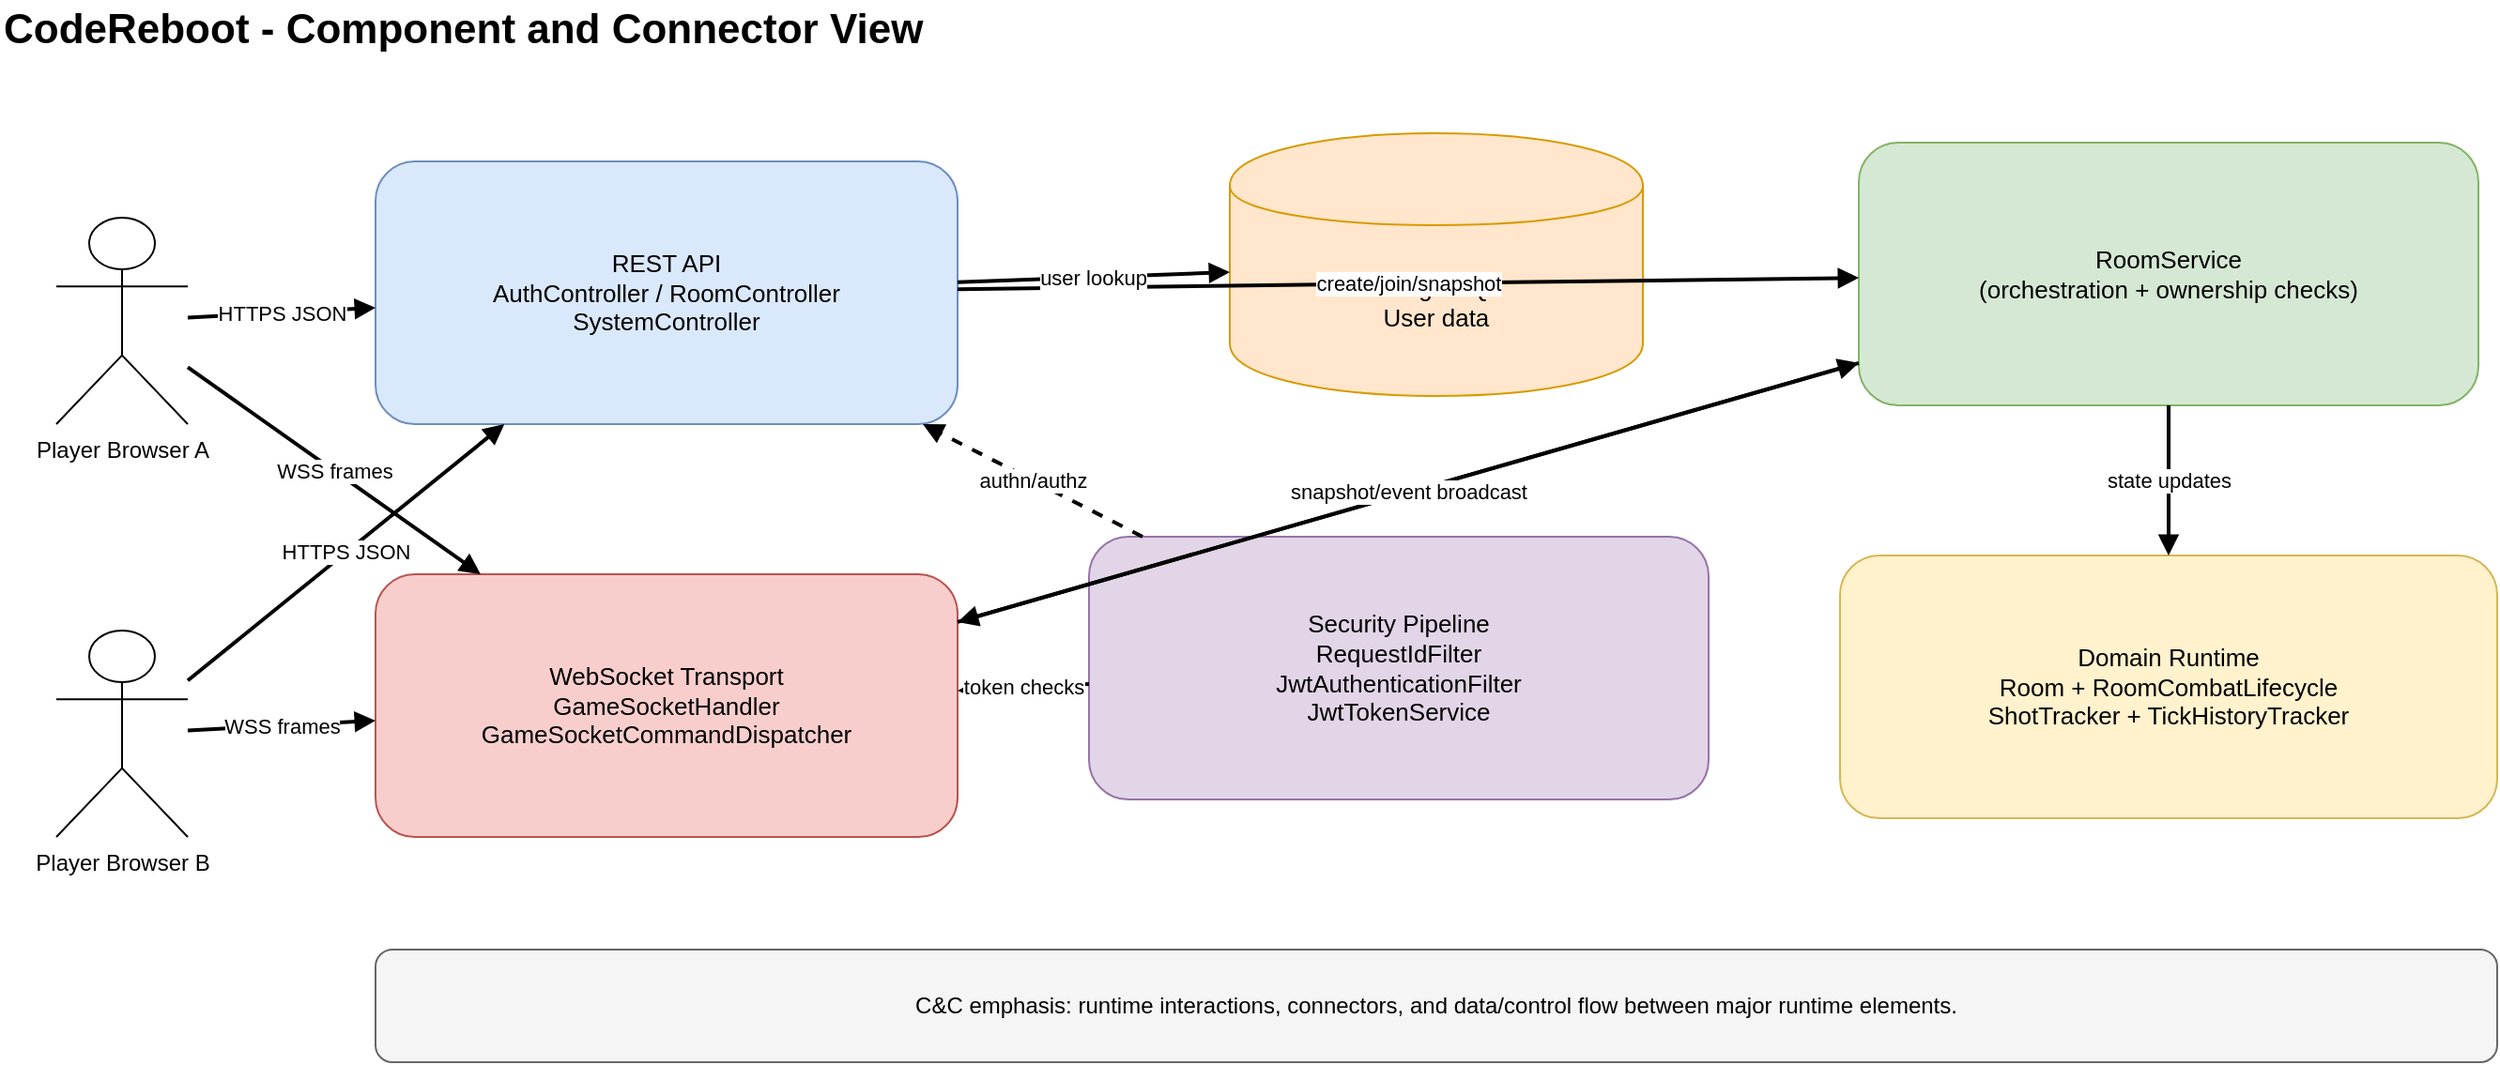
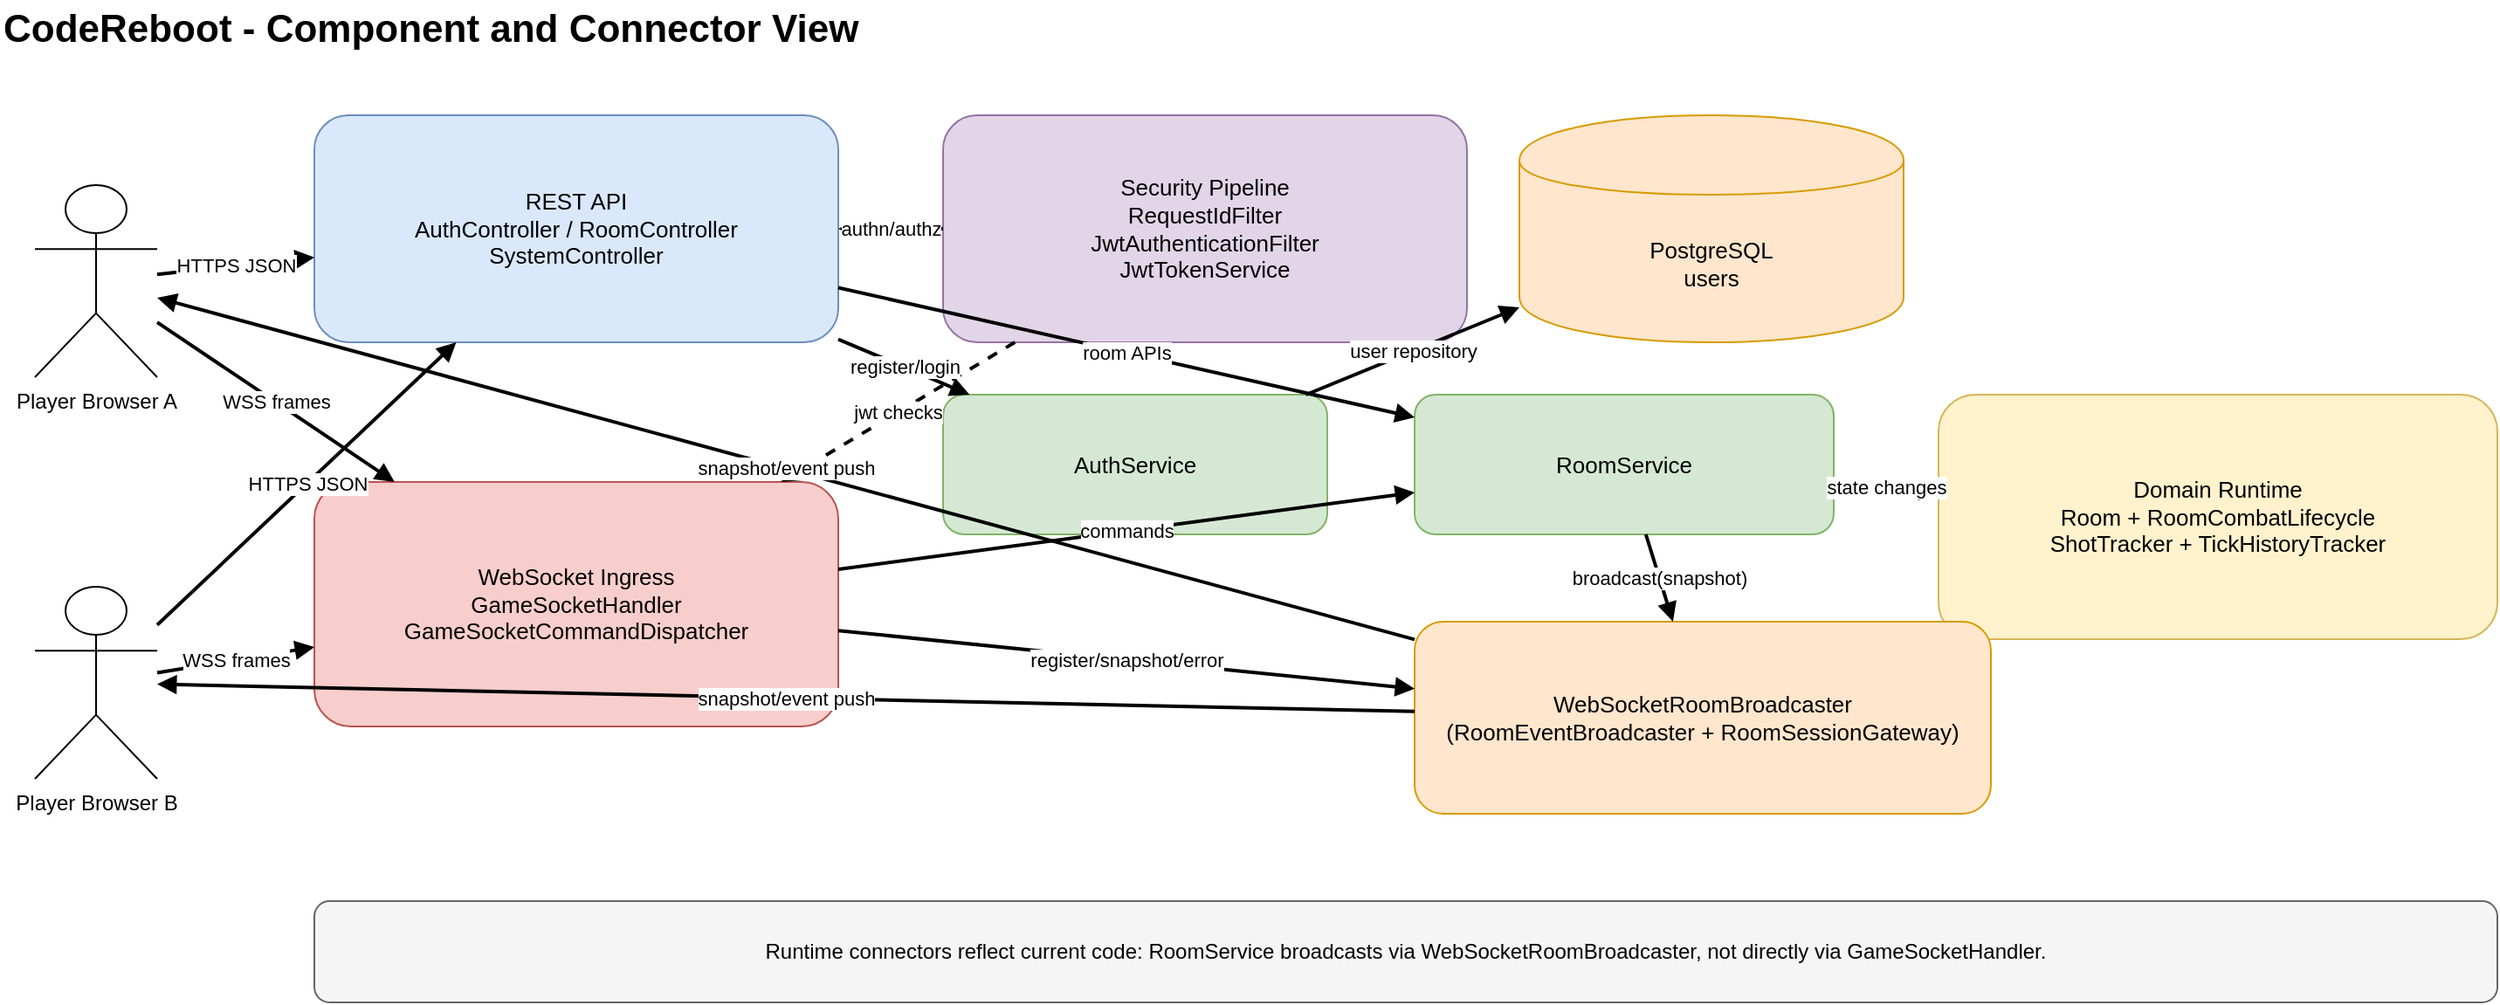
<mxfile host="65bd71144e">
    <diagram id="cc-view-1" name="C and C View">
        <mxGraphModel dx="1016" dy="451" grid="1" gridSize="10" guides="1" tooltips="1" connect="1" arrows="1" fold="1" page="1" pageScale="1" pageWidth="1600" pageHeight="1000" math="0" shadow="0">
            <root>
                <mxCell id="0"/>
                <mxCell id="1" parent="0"/>
                <mxCell id="title" value="CodeReboot - Component and Connector View" style="text;html=1;strokeColor=none;fillColor=none;align=left;verticalAlign=middle;whiteSpace=wrap;rounded=0;fontSize=22;fontStyle=1;" parent="1" vertex="1">
-                     <mxGeometry x="50" y="24" width="760" height="32" as="geometry"/>
+                     <mxGeometry x="50" y="24" width="860" height="34" as="geometry"/>
                </mxCell>
                <mxCell id="browserA" value="Player Browser A" style="shape=umlActor;verticalLabelPosition=bottom;verticalAlign=top;html=1;" parent="1" vertex="1">
-                     <mxGeometry x="80" y="140" width="70" height="110" as="geometry"/>
+                     <mxGeometry x="70" y="130" width="70" height="110" as="geometry"/>
                </mxCell>
                <mxCell id="browserB" value="Player Browser B" style="shape=umlActor;verticalLabelPosition=bottom;verticalAlign=top;html=1;" parent="1" vertex="1">
-                     <mxGeometry x="80" y="360" width="70" height="110" as="geometry"/>
+                     <mxGeometry x="70" y="360" width="70" height="110" as="geometry"/>
                </mxCell>
                <mxCell id="restApi" value="REST API&#xa;AuthController / RoomController&#xa;SystemController" style="rounded=1;whiteSpace=wrap;html=1;fillColor=#dae8fc;strokeColor=#6c8ebf;fontSize=13;" parent="1" vertex="1">
-                     <mxGeometry x="250" y="110" width="310" height="140" as="geometry"/>
+                     <mxGeometry x="230" y="90" width="300" height="130" as="geometry"/>
                </mxCell>
-                 <mxCell id="wsHandler" value="WebSocket Transport&#xa;GameSocketHandler&#xa;GameSocketCommandDispatcher" style="rounded=1;whiteSpace=wrap;html=1;fillColor=#f8cecc;strokeColor=#b85450;fontSize=13;" parent="1" vertex="1">
-                     <mxGeometry x="250" y="330" width="310" height="140" as="geometry"/>
+                 <mxCell id="wsHandler" value="WebSocket Ingress&#xa;GameSocketHandler&#xa;GameSocketCommandDispatcher" style="rounded=1;whiteSpace=wrap;html=1;fillColor=#f8cecc;strokeColor=#b85450;fontSize=13;" parent="1" vertex="1">
+                     <mxGeometry x="230" y="300" width="300" height="140" as="geometry"/>
                </mxCell>
                <mxCell id="security" value="Security Pipeline&#xa;RequestIdFilter&#xa;JwtAuthenticationFilter&#xa;JwtTokenService" style="rounded=1;whiteSpace=wrap;html=1;fillColor=#e1d5e7;strokeColor=#9673a6;fontSize=13;" parent="1" vertex="1">
-                     <mxGeometry x="630" y="310" width="330" height="140" as="geometry"/>
+                     <mxGeometry x="590" y="90" width="300" height="130" as="geometry"/>
                </mxCell>
-                 <mxCell id="roomService" value="RoomService&#xa;(orchestration + ownership checks)" style="rounded=1;whiteSpace=wrap;html=1;fillColor=#d5e8d4;strokeColor=#82b366;fontSize=13;" parent="1" vertex="1">
-                     <mxGeometry x="1040" y="100" width="330" height="140" as="geometry"/>
+                 <mxCell id="authService" value="AuthService" style="rounded=1;whiteSpace=wrap;html=1;fillColor=#d5e8d4;strokeColor=#82b366;fontSize=13;" parent="1" vertex="1">
+                     <mxGeometry x="590" y="250" width="220" height="80" as="geometry"/>
+                 </mxCell>
+                 <mxCell id="roomService" value="RoomService" style="rounded=1;whiteSpace=wrap;html=1;fillColor=#d5e8d4;strokeColor=#82b366;fontSize=13;" parent="1" vertex="1">
+                     <mxGeometry x="860" y="250" width="240" height="80" as="geometry"/>
                </mxCell>
                <mxCell id="domain" value="Domain Runtime&#xa;Room + RoomCombatLifecycle&#xa;ShotTracker + TickHistoryTracker" style="rounded=1;whiteSpace=wrap;html=1;fillColor=#fff2cc;strokeColor=#d6b656;fontSize=13;" parent="1" vertex="1">
-                     <mxGeometry x="1030" y="320" width="350" height="140" as="geometry"/>
+                     <mxGeometry x="1160" y="250" width="320" height="140" as="geometry"/>
                </mxCell>
-                 <mxCell id="db" value="PostgreSQL&#xa;User data" style="shape=cylinder;whiteSpace=wrap;html=1;boundedLbl=1;fillColor=#ffe6cc;strokeColor=#d79b00;fontSize=13;" parent="1" vertex="1">
-                     <mxGeometry x="705" y="95" width="220" height="140" as="geometry"/>
+                 <mxCell id="broadcaster" value="WebSocketRoomBroadcaster&#xa;(RoomEventBroadcaster + RoomSessionGateway)" style="rounded=1;whiteSpace=wrap;html=1;fillColor=#ffe6cc;strokeColor=#d79b00;fontSize=13;" parent="1" vertex="1">
+                     <mxGeometry x="860" y="380" width="330" height="110" as="geometry"/>
+                 </mxCell>
+                 <mxCell id="db" value="PostgreSQL&#xa;users" style="shape=cylinder;whiteSpace=wrap;html=1;boundedLbl=1;fillColor=#ffe6cc;strokeColor=#d79b00;fontSize=13;" parent="1" vertex="1">
+                     <mxGeometry x="920" y="90" width="220" height="130" as="geometry"/>
                </mxCell>
                <mxCell id="e1" value="HTTPS JSON" style="endArrow=block;html=1;strokeWidth=2;" parent="1" source="browserA" target="restApi" edge="1">
                    <mxGeometry relative="1" as="geometry"/>
                </mxCell>
                <mxCell id="e2" value="HTTPS JSON" style="endArrow=block;html=1;strokeWidth=2;" parent="1" source="browserB" target="restApi" edge="1">
                    <mxGeometry relative="1" as="geometry"/>
                </mxCell>
                <mxCell id="e3" value="WSS frames" style="endArrow=block;html=1;strokeWidth=2;" parent="1" source="browserA" target="wsHandler" edge="1">
                    <mxGeometry relative="1" as="geometry"/>
                </mxCell>
                <mxCell id="e4" value="WSS frames" style="endArrow=block;html=1;strokeWidth=2;" parent="1" source="browserB" target="wsHandler" edge="1">
                    <mxGeometry relative="1" as="geometry"/>
                </mxCell>
                <mxCell id="e5" value="authn/authz" style="endArrow=block;html=1;dashed=1;strokeWidth=2;" parent="1" source="security" target="restApi" edge="1">
                    <mxGeometry relative="1" as="geometry"/>
                </mxCell>
-                 <mxCell id="e6" value="token checks" style="endArrow=block;html=1;dashed=1;strokeWidth=2;" parent="1" source="security" target="wsHandler" edge="1">
+                 <mxCell id="e6" value="jwt checks" style="endArrow=block;html=1;dashed=1;strokeWidth=2;" parent="1" source="security" target="wsHandler" edge="1">
                    <mxGeometry relative="1" as="geometry"/>
                </mxCell>
-                 <mxCell id="e7" value="commands" style="endArrow=block;html=1;strokeWidth=2;" parent="1" source="wsHandler" target="roomService" edge="1">
+                 <mxCell id="e7" value="register/login" style="endArrow=block;html=1;strokeWidth=2;" parent="1" source="restApi" target="authService" edge="1">
                    <mxGeometry relative="1" as="geometry"/>
                </mxCell>
-                 <mxCell id="e8" value="create/join/snapshot" style="endArrow=block;html=1;strokeWidth=2;" parent="1" source="restApi" target="roomService" edge="1">
+                 <mxCell id="e8" value="room APIs" style="endArrow=block;html=1;strokeWidth=2;" parent="1" source="restApi" target="roomService" edge="1">
                    <mxGeometry relative="1" as="geometry"/>
                </mxCell>
-                 <mxCell id="e9" value="state updates" style="endArrow=block;html=1;strokeWidth=2;" parent="1" source="roomService" target="domain" edge="1">
+                 <mxCell id="e9" value="commands" style="endArrow=block;html=1;strokeWidth=2;" parent="1" source="wsHandler" target="roomService" edge="1">
                    <mxGeometry relative="1" as="geometry"/>
                </mxCell>
-                 <mxCell id="e10" value="user lookup" style="endArrow=block;html=1;strokeWidth=2;" parent="1" source="restApi" target="db" edge="1">
+                 <mxCell id="e10" value="state changes" style="endArrow=block;html=1;strokeWidth=2;" parent="1" source="roomService" target="domain" edge="1">
                    <mxGeometry relative="1" as="geometry"/>
                </mxCell>
-                 <mxCell id="e11" value="snapshot/event broadcast" style="endArrow=block;html=1;strokeWidth=2;" parent="1" source="roomService" target="wsHandler" edge="1">
+                 <mxCell id="e11" value="broadcast(snapshot)" style="endArrow=block;html=1;strokeWidth=2;" parent="1" source="roomService" target="broadcaster" edge="1">
                    <mxGeometry relative="1" as="geometry"/>
                </mxCell>
-                 <mxCell id="note" value="C&amp;C emphasis: runtime interactions, connectors, and data/control flow between major runtime elements." style="rounded=1;whiteSpace=wrap;html=1;fillColor=#f5f5f5;strokeColor=#666666;fontSize=12;" parent="1" vertex="1">
-                     <mxGeometry x="250" y="530" width="1130" height="60" as="geometry"/>
+                 <mxCell id="e12" value="register/snapshot/error" style="endArrow=block;html=1;strokeWidth=2;" parent="1" source="wsHandler" target="broadcaster" edge="1">
+                     <mxGeometry relative="1" as="geometry"/>
+                 </mxCell>
+                 <mxCell id="e13" value="user repository" style="endArrow=block;html=1;strokeWidth=2;" parent="1" source="authService" target="db" edge="1">
+                     <mxGeometry relative="1" as="geometry"/>
+                 </mxCell>
+                 <mxCell id="e14" value="snapshot/event push" style="endArrow=block;html=1;strokeWidth=2;" parent="1" source="broadcaster" target="browserA" edge="1">
+                     <mxGeometry relative="1" as="geometry"/>
+                 </mxCell>
+                 <mxCell id="e15" value="snapshot/event push" style="endArrow=block;html=1;strokeWidth=2;" parent="1" source="broadcaster" target="browserB" edge="1">
+                     <mxGeometry relative="1" as="geometry"/>
+                 </mxCell>
+                 <mxCell id="note" value="Runtime connectors reflect current code: RoomService broadcasts via WebSocketRoomBroadcaster, not directly via GameSocketHandler." style="rounded=1;whiteSpace=wrap;html=1;fillColor=#f5f5f5;strokeColor=#666666;fontSize=12;" parent="1" vertex="1">
+                     <mxGeometry x="230" y="540" width="1250" height="58" as="geometry"/>
                </mxCell>
            </root>
        </mxGraphModel>
    </diagram>
</mxfile>